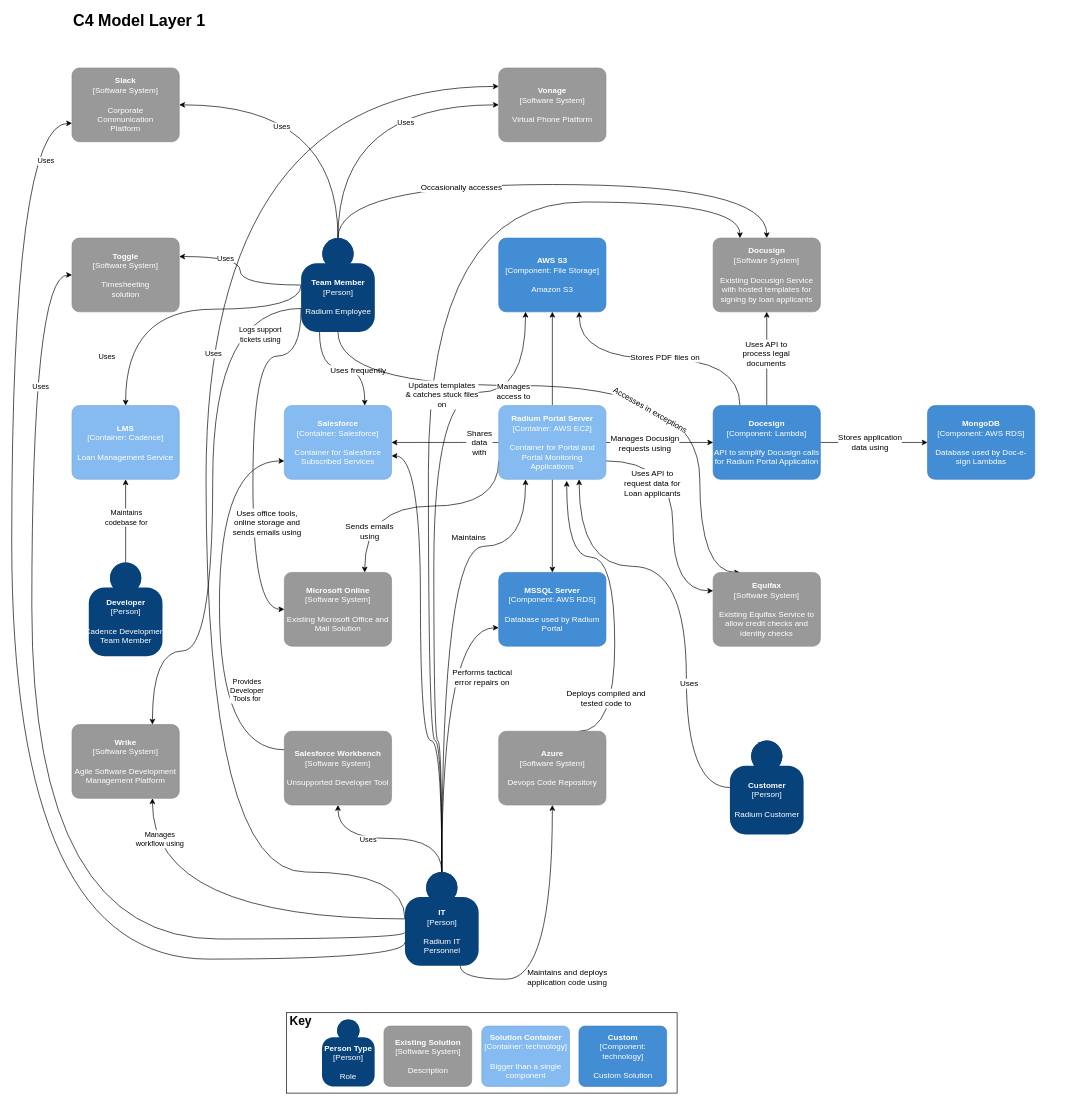
Above: page "Layer 1" (1 of 2) of Untitled Diagram.drawio in holmesrg/testonly (draw.io), before the change. Source tidied: cells renumbered, new cells numbered last; positions are measured from the earlier drawing's top-left corner, leaving out a move shared by most shapes. Both pictures are drawn from the tidied source at 67%, with x=0, y=0 at pixel (11, 14).
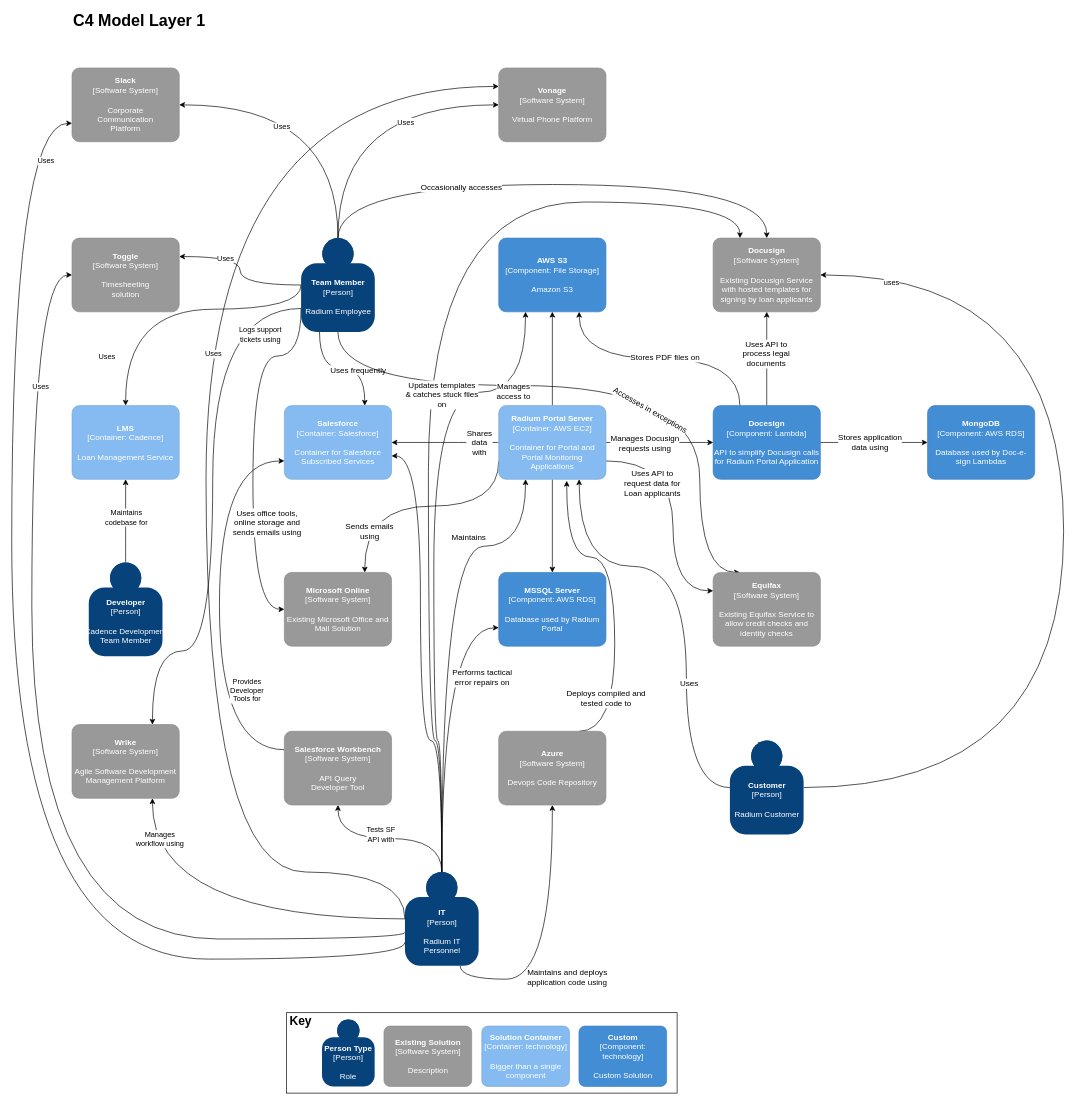
After the change.

The change refers to these unchanged cells:
```xml
<object id="27" label="&lt;b&gt;%c4Name%&lt;/b&gt;&lt;div&gt;[%c4Type%]&lt;/div&gt;&lt;br&gt;&lt;div&gt;%c4Description%&lt;/div&gt;" c4Description="Existing Docusign Service with hosted templates for signing by loan applicants" c4Name="Docusign" c4Type="Software System" placeholders="1">
  <mxCell style="rounded=1;whiteSpace=wrap;html=1;labelBackgroundColor=none;fillColor=#999999;fontColor=#ffffff;align=center;arcSize=10;strokeColor=#8A8A8A;metaData={&quot;c4Type&quot;:{&quot;editable&quot;:false}};points=[[0.25,0,0],[0.5,0,0],[0.75,0,0],[1,0.25,0],[1,0.5,0],[1,0.75,0],[0.75,1,0],[0.5,1,0],[0.25,1,0],[0,0.75,0],[0,0.5,0],[0,0.25,0]];" parent="1" vertex="1">
    <mxGeometry x="1046.9" y="333.9" width="160" height="110" as="geometry" />
  </mxCell>
</object>
<object id="46" label="&lt;b&gt;%c4Name%&lt;/b&gt;&lt;div&gt;[%c4Type%]&lt;/div&gt;&lt;br&gt;&lt;div&gt;%c4Description%&lt;/div&gt;" c4Description="Radium Customer" c4Name="Customer" c4Type="Person" placeholders="1">
  <mxCell style="html=1;dashed=0;whitespace=wrap;fillColor=#08427b;strokeColor=none;fontColor=#ffffff;shape=mxgraph.c4.person;align=center;points=[[0.5,0,0],[1,0.5,0],[1,0.75,0],[0.75,1,0],[0.5,1,0],[0.25,1,0],[0,0.75,0],[0,0.5,0]];metaData={&quot;c4Type&quot;:{&quot;editable&quot;:false}};" parent="1" vertex="1">
    <mxGeometry x="1071.9" y="1083.9" width="110" height="140" as="geometry" />
  </mxCell>
</object>
<mxCell id="58" style="edgeStyle=orthogonalEdgeStyle;curved=1;rounded=0;jettySize=auto;html=1;exitX=0.5;exitY=0;exitDx=0;exitDy=0;exitPerimeter=0;entryX=0.5;entryY=1;entryDx=0;entryDy=0;entryPerimeter=0;startArrow=none;startFill=0;endArrow=classic;endFill=1;" parent="1" edge="1" source="66" target="89">
  <mxGeometry relative="1" as="geometry" />
</mxCell>
```

The edit, as a diff of the source:
```diff
@@
+    <mxCell id="92" style="edgeStyle=orthogonalEdgeStyle;curved=1;rounded=0;jettySize=auto;html=1;exitX=1;exitY=0.5;exitDx=0;exitDy=0;exitPerimeter=0;entryX=1;entryY=0.5;entryDx=0;entryDy=0;entryPerimeter=0;startArrow=classic;startFill=1;endArrow=none;endFill=0;" parent="1" edge="1" source="27" target="46">
+      <mxGeometry relative="1" as="geometry">
+        <Array as="points">
+          <mxPoint x="1570" y="389" />
+          <mxPoint x="1570" y="1154" />
+        </Array>
+      </mxGeometry>
+    </mxCell>
+    <mxCell id="93" value="uses" style="edgeLabel;html=1;align=center;verticalAlign=middle;" parent="92" vertex="1">
+      <mxGeometry x="-0.86" y="-11" relative="1" as="geometry" />
+    </mxCell>
@@
-    <mxCell id="59" value="Uses" style="edgeLabel;html=1;align=center;verticalAlign=middle;" parent="58" vertex="1">
+    <mxCell id="59" value="Tests SF&lt;br&gt;API with" style="edgeLabel;html=1;align=center;verticalAlign=middle;" parent="58" vertex="1">
       <mxGeometry x="0.26" y="1" relative="1" as="geometry">
-        <mxPoint x="1" as="offset" />
+        <mxPoint x="19.1" y="-7.1" as="offset" />
       </mxGeometry>
     </mxCell>
@@
-    <object id="89" label="&lt;b&gt;%c4Name%&lt;/b&gt;&lt;div&gt;[%c4Type%]&lt;/div&gt;&lt;br&gt;&lt;div&gt;%c4Description%&lt;/div&gt;" c4Description="Unsupported Developer Tool" c4Name="Salesforce Workbench" c4Type="Software System" placeholders="1">
+    <object id="89" label="&lt;b&gt;%c4Name%&lt;/b&gt;&lt;div&gt;[%c4Type%]&lt;/div&gt;&lt;br&gt;&lt;div&gt;%c4Description%&lt;/div&gt;" c4Description="API Query&#10;Developer Tool" c4Name="Salesforce Workbench" c4Type="Software System" placeholders="1">
       <mxCell style="rounded=1;whiteSpace=wrap;html=1;labelBackgroundColor=none;fillColor=#999999;fontColor=#ffffff;align=center;arcSize=10;strokeColor=#8A8A8A;metaData={&quot;c4Type&quot;:{&quot;editable&quot;:false}};points=[[0.25,0,0],[0.5,0,0],[0.75,0,0],[1,0.25,0],[1,0.5,0],[1,0.75,0],[0.75,1,0],[0.5,1,0],[0.25,1,0],[0,0.75,0],[0,0.5,0],[0,0.25,0]];" parent="1" vertex="1">
         <mxGeometry x="406.9" y="1070" width="160" height="110" as="geometry" />
       </mxCell>
     </object>
```
